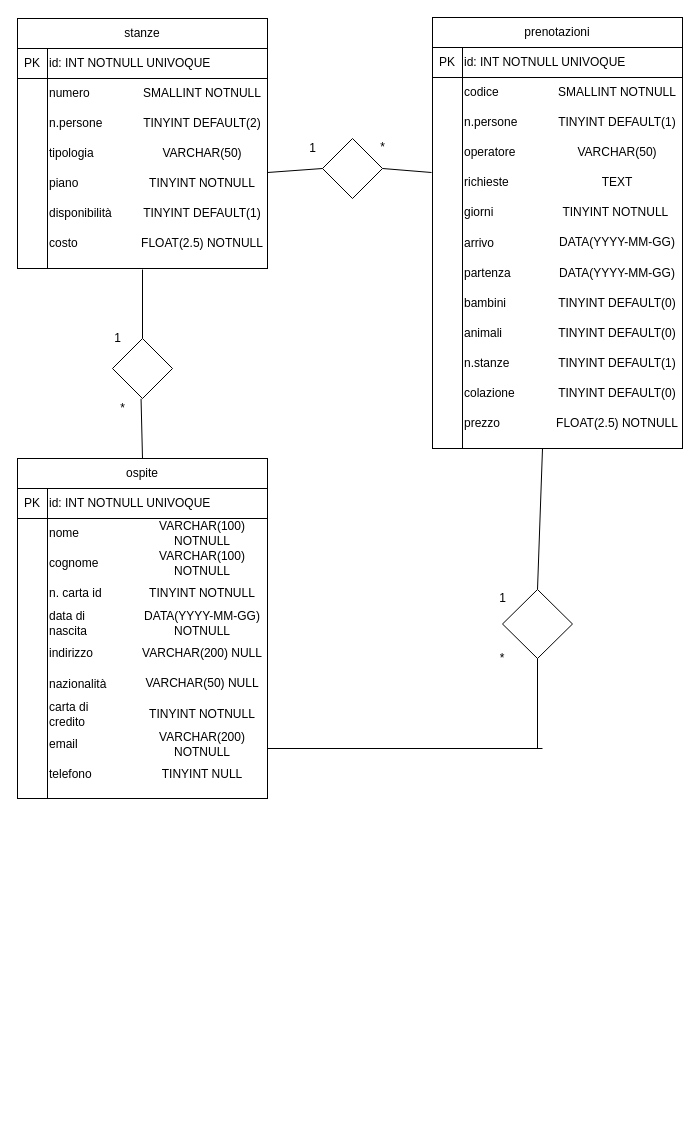
Before: Untitled Diagram.drawio in mdecrema/db-first, a draw.io diagram. Source tidied: cells renumbered, new cells numbered last; positions are measured from the earlier drawing's top-left corner, leaving out a move shared by most shapes. Both pictures are drawn from the tidied source at 100%, with x=0, y=0 at pixel (17, 17).
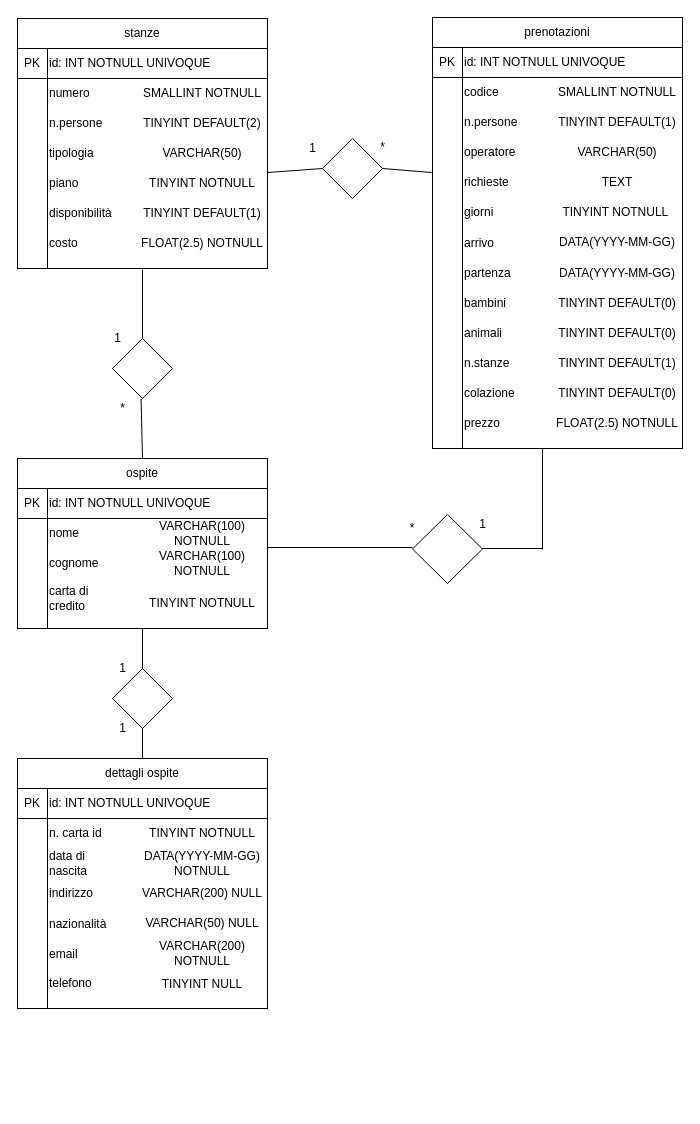
The same diagram, later.

What changed in the source:
```diff
@@
     <mxCell id="53" style="shape=internalStorage;whiteSpace=wrap;html=1;backgroundOutline=1;dx=30;dy=30;" parent="1" vertex="1">
-      <mxGeometry y="471" width="250" height="310" as="geometry" />
+      <mxGeometry y="471" width="250" height="140" as="geometry" />
     </mxCell>
@@
-    <mxCell id="58" value="n. carta id" style="text;html=1;strokeColor=none;fillColor=none;align=left;verticalAlign=middle;whiteSpace=wrap;rounded=0;" parent="1" vertex="1">
-      <mxGeometry x="30" y="561" width="60" height="30" as="geometry" />
-    </mxCell>
@@
-    <mxCell id="60" value="data di nascita" style="text;html=1;strokeColor=none;fillColor=none;align=left;verticalAlign=middle;whiteSpace=wrap;rounded=0;" parent="1" vertex="1">
-      <mxGeometry x="30" y="591" width="60" height="30" as="geometry" />
-    </mxCell>
@@
-    <mxCell id="63" value="TINYINT NOTNULL" style="text;html=1;strokeColor=none;fillColor=none;align=center;verticalAlign=middle;whiteSpace=wrap;rounded=0;" parent="1" vertex="1">
-      <mxGeometry x="120" y="561" width="130" height="30" as="geometry" />
-    </mxCell>
-    <mxCell id="64" value="DATA(YYYY-MM-GG) NOTNULL" style="text;html=1;strokeColor=none;fillColor=none;align=center;verticalAlign=middle;whiteSpace=wrap;rounded=0;" parent="1" vertex="1">
-      <mxGeometry x="120" y="591" width="130" height="30" as="geometry" />
-    </mxCell>
-    <mxCell id="65" value="VARCHAR(200) NULL" style="text;html=1;strokeColor=none;fillColor=none;align=center;verticalAlign=middle;whiteSpace=wrap;rounded=0;" parent="1" vertex="1">
-      <mxGeometry x="120" y="621" width="130" height="30" as="geometry" />
-    </mxCell>
@@
-    <mxCell id="67" value="indirizzo" style="text;html=1;strokeColor=none;fillColor=none;align=left;verticalAlign=middle;whiteSpace=wrap;rounded=0;" parent="1" vertex="1">
-      <mxGeometry x="30" y="621" width="60" height="30" as="geometry" />
-    </mxCell>
-    <mxCell id="68" style="edgeStyle=orthogonalEdgeStyle;rounded=0;orthogonalLoop=1;jettySize=auto;html=1;exitX=0.5;exitY=1;exitDx=0;exitDy=0;" parent="1" edge="1" source="53" target="53">
-      <mxGeometry relative="1" as="geometry" />
-    </mxCell>
-    <mxCell id="69" value="nazionalità" style="text;html=1;strokeColor=none;fillColor=none;align=left;verticalAlign=middle;whiteSpace=wrap;rounded=0;" parent="1" vertex="1">
-      <mxGeometry x="30" y="652" width="60" height="30" as="geometry" />
-    </mxCell>
-    <mxCell id="70" value="carta di credito" style="text;html=1;strokeColor=none;fillColor=none;align=left;verticalAlign=middle;whiteSpace=wrap;rounded=0;" parent="1" vertex="1">
-      <mxGeometry x="30" y="682" width="60" height="30" as="geometry" />
-    </mxCell>
-    <mxCell id="71" value="VARCHAR(50) NULL" style="text;html=1;strokeColor=none;fillColor=none;align=center;verticalAlign=middle;whiteSpace=wrap;rounded=0;" parent="1" vertex="1">
-      <mxGeometry x="120" y="651" width="130" height="30" as="geometry" />
-    </mxCell>
-    <mxCell id="72" value="VARCHAR(200) NOTNULL" style="text;html=1;strokeColor=none;fillColor=none;align=center;verticalAlign=middle;whiteSpace=wrap;rounded=0;" parent="1" vertex="1">
-      <mxGeometry x="120" y="712" width="130" height="30" as="geometry" />
-    </mxCell>
-    <mxCell id="73" value="email" style="text;html=1;strokeColor=none;fillColor=none;align=left;verticalAlign=middle;whiteSpace=wrap;rounded=0;" parent="1" vertex="1">
-      <mxGeometry x="30" y="712" width="60" height="30" as="geometry" />
-    </mxCell>
-    <mxCell id="74" value="telefono" style="text;html=1;strokeColor=none;fillColor=none;align=left;verticalAlign=middle;whiteSpace=wrap;rounded=0;" parent="1" vertex="1">
-      <mxGeometry x="30" y="742" width="60" height="30" as="geometry" />
-    </mxCell>
-    <mxCell id="75" value="TINYINT NOTNULL" style="text;html=1;strokeColor=none;fillColor=none;align=center;verticalAlign=middle;whiteSpace=wrap;rounded=0;" parent="1" vertex="1">
-      <mxGeometry x="120" y="682" width="130" height="30" as="geometry" />
-    </mxCell>
-    <mxCell id="76" value="TINYINT NULL" style="text;html=1;strokeColor=none;fillColor=none;align=center;verticalAlign=middle;whiteSpace=wrap;rounded=0;" parent="1" vertex="1">
-      <mxGeometry x="120" y="742" width="130" height="30" as="geometry" />
-    </mxCell>
@@
-    <mxCell id="82" style="endArrow=none;html=1;exitX=0.5;exitY=0;exitDx=0;exitDy=0;" parent="1" edge="1" source="83">
+    <mxCell id="82" style="endArrow=none;html=1;" parent="1" edge="1">
       <mxGeometry relative="1" as="geometry">
+        <mxPoint x="525" y="532" as="sourcePoint" />
         <mxPoint x="525" y="431" as="targetPoint" />
         <Array as="points">
           <mxPoint x="525" y="431" />
         </Array>
       </mxGeometry>
     </mxCell>
     <mxCell id="83" style="rhombus;whiteSpace=wrap;html=1;" parent="1" vertex="1">
-      <mxGeometry x="485" y="572" width="70" height="69" as="geometry" />
+      <mxGeometry x="395" y="497" width="70" height="69" as="geometry" />
     </mxCell>
@@
     <mxCell id="86" value="*" style="text;html=1;strokeColor=none;fillColor=none;align=center;verticalAlign=middle;whiteSpace=wrap;rounded=0;" parent="1" vertex="1">
-      <mxGeometry x="465" y="631" width="40" height="20" as="geometry" />
+      <mxGeometry x="375" y="501" width="40" height="20" as="geometry" />
     </mxCell>
     <mxCell id="87" value="1" style="text;html=1;align=center;verticalAlign=middle;" parent="1" vertex="1">
-      <mxGeometry x="475" y="571" width="20" height="20" as="geometry" />
+      <mxGeometry x="455" y="497" width="20" height="20" as="geometry" />
     </mxCell>
     <mxCell id="88" style="endArrow=none;html=1;" parent="1" edge="1">
       <mxGeometry relative="1" as="geometry">
-        <mxPoint x="250" y="731" as="sourcePoint" />
-        <mxPoint x="525" y="731" as="targetPoint" />
+        <mxPoint x="250" y="530" as="sourcePoint" />
+        <mxPoint x="395" y="530" as="targetPoint" />
       </mxGeometry>
     </mxCell>
-    <mxCell id="89" style="endArrow=none;html=1;entryX=0.5;entryY=1;entryDx=0;entryDy=0;" parent="1" edge="1" target="83">
-      <mxGeometry relative="1" as="geometry">
-        <mxPoint x="520" y="731" as="sourcePoint" />
-      </mxGeometry>
-    </mxCell>
+    <mxCell id="90" style="shape=internalStorage;whiteSpace=wrap;html=1;backgroundOutline=1;dx=30;dy=30;" parent="1" vertex="1">
+      <mxGeometry y="771" width="250" height="220" as="geometry" />
+    </mxCell>
+    <mxCell id="91" style="rounded=0;whiteSpace=wrap;html=1;" parent="1" vertex="1">
+      <mxGeometry y="741" width="250" height="30" as="geometry" />
+    </mxCell>
+    <mxCell id="92" value="PK" style="text;html=1;strokeColor=none;fillColor=none;align=center;verticalAlign=middle;whiteSpace=wrap;rounded=0;" parent="1" vertex="1">
+      <mxGeometry y="771" width="30" height="30" as="geometry" />
+    </mxCell>
+    <mxCell id="93" value="id: INT NOTNULL UNIVOQUE" style="text;html=1;strokeColor=none;fillColor=none;align=left;verticalAlign=middle;whiteSpace=wrap;rounded=0;" parent="1" vertex="1">
+      <mxGeometry x="30" y="771" width="220" height="30" as="geometry" />
+    </mxCell>
+    <mxCell id="94" value="dettagli ospite" style="text;html=1;strokeColor=none;fillColor=none;align=center;verticalAlign=middle;whiteSpace=wrap;rounded=0;" parent="1" vertex="1">
+      <mxGeometry x="10" y="746" width="230" height="20" as="geometry" />
+    </mxCell>
+    <mxCell id="58" value="n. carta id" style="text;html=1;strokeColor=none;fillColor=none;align=left;verticalAlign=middle;whiteSpace=wrap;rounded=0;" parent="1" vertex="1">
+      <mxGeometry x="30" y="801" width="60" height="30" as="geometry" />
+    </mxCell>
+    <mxCell id="60" value="data di nascita" style="text;html=1;strokeColor=none;fillColor=none;align=left;verticalAlign=middle;whiteSpace=wrap;rounded=0;" parent="1" vertex="1">
+      <mxGeometry x="30" y="831" width="60" height="30" as="geometry" />
+    </mxCell>
+    <mxCell id="95" value="TINYINT NOTNULL" style="text;html=1;strokeColor=none;fillColor=none;align=center;verticalAlign=middle;whiteSpace=wrap;rounded=0;" parent="1" vertex="1">
+      <mxGeometry x="120" y="801" width="130" height="30" as="geometry" />
+    </mxCell>
+    <mxCell id="64" value="DATA(YYYY-MM-GG) NOTNULL" style="text;html=1;strokeColor=none;fillColor=none;align=center;verticalAlign=middle;whiteSpace=wrap;rounded=0;" parent="1" vertex="1">
+      <mxGeometry x="120" y="831" width="130" height="30" as="geometry" />
+    </mxCell>
+    <mxCell id="65" value="VARCHAR(200) NULL" style="text;html=1;strokeColor=none;fillColor=none;align=center;verticalAlign=middle;whiteSpace=wrap;rounded=0;" parent="1" vertex="1">
+      <mxGeometry x="120" y="861" width="130" height="30" as="geometry" />
+    </mxCell>
+    <mxCell id="67" value="indirizzo" style="text;html=1;strokeColor=none;fillColor=none;align=left;verticalAlign=middle;whiteSpace=wrap;rounded=0;" parent="1" vertex="1">
+      <mxGeometry x="30" y="861" width="60" height="30" as="geometry" />
+    </mxCell>
+    <mxCell id="96" style="edgeStyle=orthogonalEdgeStyle;rounded=0;orthogonalLoop=1;jettySize=auto;html=1;exitX=0.5;exitY=1;exitDx=0;exitDy=0;" parent="1" edge="1">
+      <mxGeometry relative="1" as="geometry">
+        <mxPoint x="125" y="1081" as="sourcePoint" />
+        <mxPoint x="125" y="1081" as="targetPoint" />
+      </mxGeometry>
+    </mxCell>
+    <mxCell id="69" value="nazionalità" style="text;html=1;strokeColor=none;fillColor=none;align=left;verticalAlign=middle;whiteSpace=wrap;rounded=0;" parent="1" vertex="1">
+      <mxGeometry x="30" y="892" width="60" height="30" as="geometry" />
+    </mxCell>
+    <mxCell id="70" value="carta di credito" style="text;html=1;strokeColor=none;fillColor=none;align=left;verticalAlign=middle;whiteSpace=wrap;rounded=0;" parent="1" vertex="1">
+      <mxGeometry x="30" y="566" width="60" height="30" as="geometry" />
+    </mxCell>
+    <mxCell id="71" value="VARCHAR(50) NULL" style="text;html=1;strokeColor=none;fillColor=none;align=center;verticalAlign=middle;whiteSpace=wrap;rounded=0;" parent="1" vertex="1">
+      <mxGeometry x="120" y="891" width="130" height="30" as="geometry" />
+    </mxCell>
+    <mxCell id="72" value="VARCHAR(200) NOTNULL" style="text;html=1;strokeColor=none;fillColor=none;align=center;verticalAlign=middle;whiteSpace=wrap;rounded=0;" parent="1" vertex="1">
+      <mxGeometry x="120" y="921" width="130" height="30" as="geometry" />
+    </mxCell>
+    <mxCell id="73" value="email" style="text;html=1;strokeColor=none;fillColor=none;align=left;verticalAlign=middle;whiteSpace=wrap;rounded=0;" parent="1" vertex="1">
+      <mxGeometry x="30" y="922" width="60" height="30" as="geometry" />
+    </mxCell>
+    <mxCell id="74" value="telefono" style="text;html=1;strokeColor=none;fillColor=none;align=left;verticalAlign=middle;whiteSpace=wrap;rounded=0;" parent="1" vertex="1">
+      <mxGeometry x="30" y="951" width="60" height="30" as="geometry" />
+    </mxCell>
+    <mxCell id="97" value="TINYINT NOTNULL" style="text;html=1;strokeColor=none;fillColor=none;align=center;verticalAlign=middle;whiteSpace=wrap;rounded=0;" parent="1" vertex="1">
+      <mxGeometry x="120" y="571" width="130" height="30" as="geometry" />
+    </mxCell>
+    <mxCell id="76" value="TINYINT NULL" style="text;html=1;strokeColor=none;fillColor=none;align=center;verticalAlign=middle;whiteSpace=wrap;rounded=0;" parent="1" vertex="1">
+      <mxGeometry x="120" y="952" width="130" height="30" as="geometry" />
+    </mxCell>
+    <mxCell id="98" style="endArrow=none;html=1;" parent="1" edge="1">
+      <mxGeometry relative="1" as="geometry">
+        <mxPoint x="465" y="531" as="sourcePoint" />
+        <mxPoint x="525" y="531" as="targetPoint" />
+      </mxGeometry>
+    </mxCell>
+    <mxCell id="99" style="endArrow=none;html=1;entryX=0.5;entryY=1;entryDx=0;entryDy=0;" parent="1" edge="1" source="100" target="53">
+      <mxGeometry relative="1" as="geometry" />
+    </mxCell>
+    <mxCell id="100" style="rhombus;whiteSpace=wrap;html=1;" parent="1" vertex="1">
+      <mxGeometry x="95" y="651" width="60" height="60" as="geometry" />
+    </mxCell>
+    <mxCell id="101" style="endArrow=none;html=1;entryX=0.5;entryY=1;entryDx=0;entryDy=0;" parent="1" edge="1" target="100">
+      <mxGeometry relative="1" as="geometry">
+        <mxPoint x="125" y="741" as="sourcePoint" />
+      </mxGeometry>
+    </mxCell>
+    <mxCell id="102" value="1" style="text;html=1;align=center;verticalAlign=middle;" parent="1" vertex="1">
+      <mxGeometry x="95" y="641" width="20" height="20" as="geometry" />
+    </mxCell>
+    <mxCell id="103" value="1" style="text;html=1;align=center;verticalAlign=middle;" parent="1" vertex="1">
+      <mxGeometry x="95" y="701" width="20" height="20" as="geometry" />
+    </mxCell>
```
